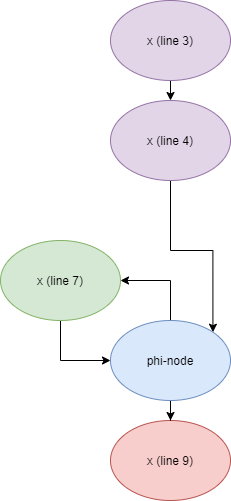
This is post/dd2.png from grimm-co/GEARSHIFT, a draw.io export, as it was before one commit. Source tidied: cells renumbered, new cells last; positions are measured from the earlier drawing's top-left corner, leaving out a move shared by most shapes.
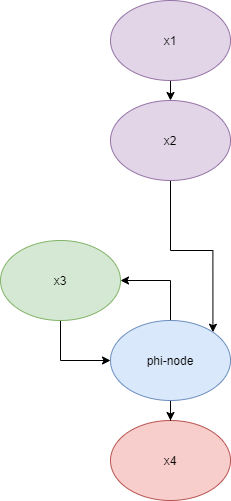
After the commit.

The edit, as a diff of the source:
```diff
@@ -5,22 +5,22 @@
     <mxCell id="2" style="edgeStyle=orthogonalEdgeStyle;rounded=0;jettySize=auto;html=1;exitX=0.5;exitY=1;exitDx=0;exitDy=0;entryX=0.5;entryY=0;entryDx=0;entryDy=0;" parent="1" edge="1" source="3" target="5">
       <mxGeometry relative="1" as="geometry" />
     </mxCell>
-    <mxCell id="3" value="x (line 3)" style="ellipse;whiteSpace=wrap;html=1;fillColor=#e1d5e7;strokeColor=#9673a6;" parent="1" vertex="1">
+    <mxCell id="3" value="x1" style="ellipse;whiteSpace=wrap;html=1;fillColor=#e1d5e7;strokeColor=#9673a6;" parent="1" vertex="1">
       <mxGeometry x="110" width="120" height="80" as="geometry" />
     </mxCell>
     <mxCell id="4" style="edgeStyle=orthogonalEdgeStyle;rounded=0;jettySize=auto;html=1;exitX=0.5;exitY=1;exitDx=0;exitDy=0;entryX=1;entryY=0;entryDx=0;entryDy=0;" parent="1" edge="1" source="5" target="11">
       <mxGeometry relative="1" as="geometry" />
     </mxCell>
-    <mxCell id="5" value="x (line 4)" style="ellipse;whiteSpace=wrap;html=1;fillColor=#e1d5e7;strokeColor=#9673a6;" parent="1" vertex="1">
+    <mxCell id="5" value="x2" style="ellipse;whiteSpace=wrap;html=1;fillColor=#e1d5e7;strokeColor=#9673a6;" parent="1" vertex="1">
       <mxGeometry x="110" y="100" width="120" height="80" as="geometry" />
     </mxCell>
-    <mxCell id="6" value="x (line 9)" style="ellipse;whiteSpace=wrap;html=1;fillColor=#f8cecc;strokeColor=#b85450;" parent="1" vertex="1">
+    <mxCell id="6" value="x4" style="ellipse;whiteSpace=wrap;html=1;fillColor=#f8cecc;strokeColor=#b85450;" parent="1" vertex="1">
       <mxGeometry x="110" y="420" width="120" height="80" as="geometry" />
     </mxCell>
     <mxCell id="7" style="edgeStyle=orthogonalEdgeStyle;rounded=0;jettySize=auto;html=1;exitX=0.5;exitY=1;exitDx=0;exitDy=0;entryX=0;entryY=0.5;entryDx=0;entryDy=0;" parent="1" edge="1" source="8" target="11">
       <mxGeometry relative="1" as="geometry" />
     </mxCell>
-    <mxCell id="8" value="x (line 7)" style="ellipse;whiteSpace=wrap;html=1;fillColor=#d5e8d4;strokeColor=#82b366;" parent="1" vertex="1">
+    <mxCell id="8" value="x3" style="ellipse;whiteSpace=wrap;html=1;fillColor=#d5e8d4;strokeColor=#82b366;" parent="1" vertex="1">
       <mxGeometry y="240" width="120" height="80" as="geometry" />
     </mxCell>
     <mxCell id="9" style="edgeStyle=orthogonalEdgeStyle;rounded=0;jettySize=auto;html=1;entryX=0.5;entryY=0;entryDx=0;entryDy=0;" parent="1" edge="1" source="11" target="6">
```
